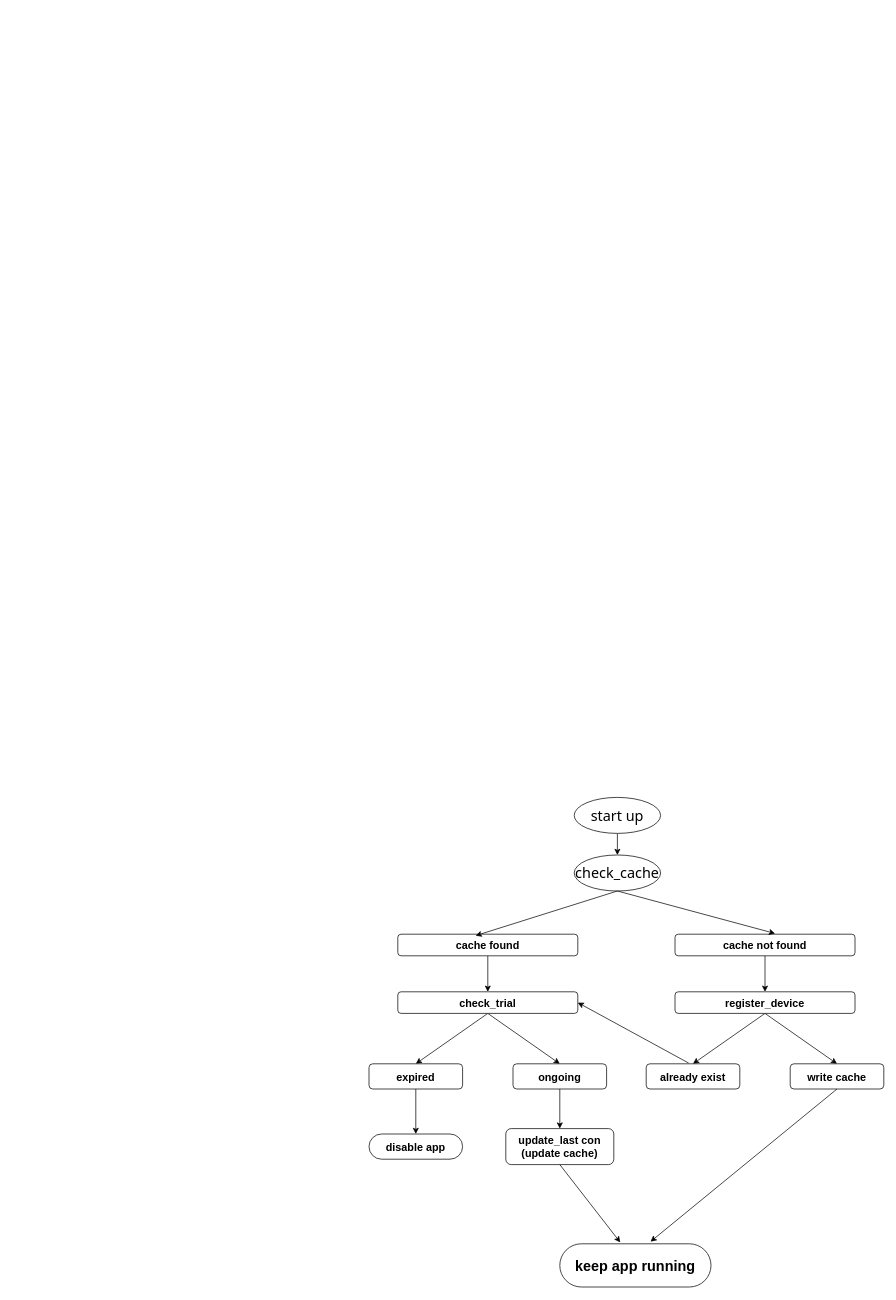
This is flow.drawio from jimbros18/anti-idle, a draw.io file, before an edit. Source tidied: cells renumbered, new cells numbered last; positions are measured from the earlier drawing's top-left corner, leaving out a move shared by most shapes. Both pictures are drawn from the tidied source at 72%, with x=0, y=0 at pixel (369, 797).
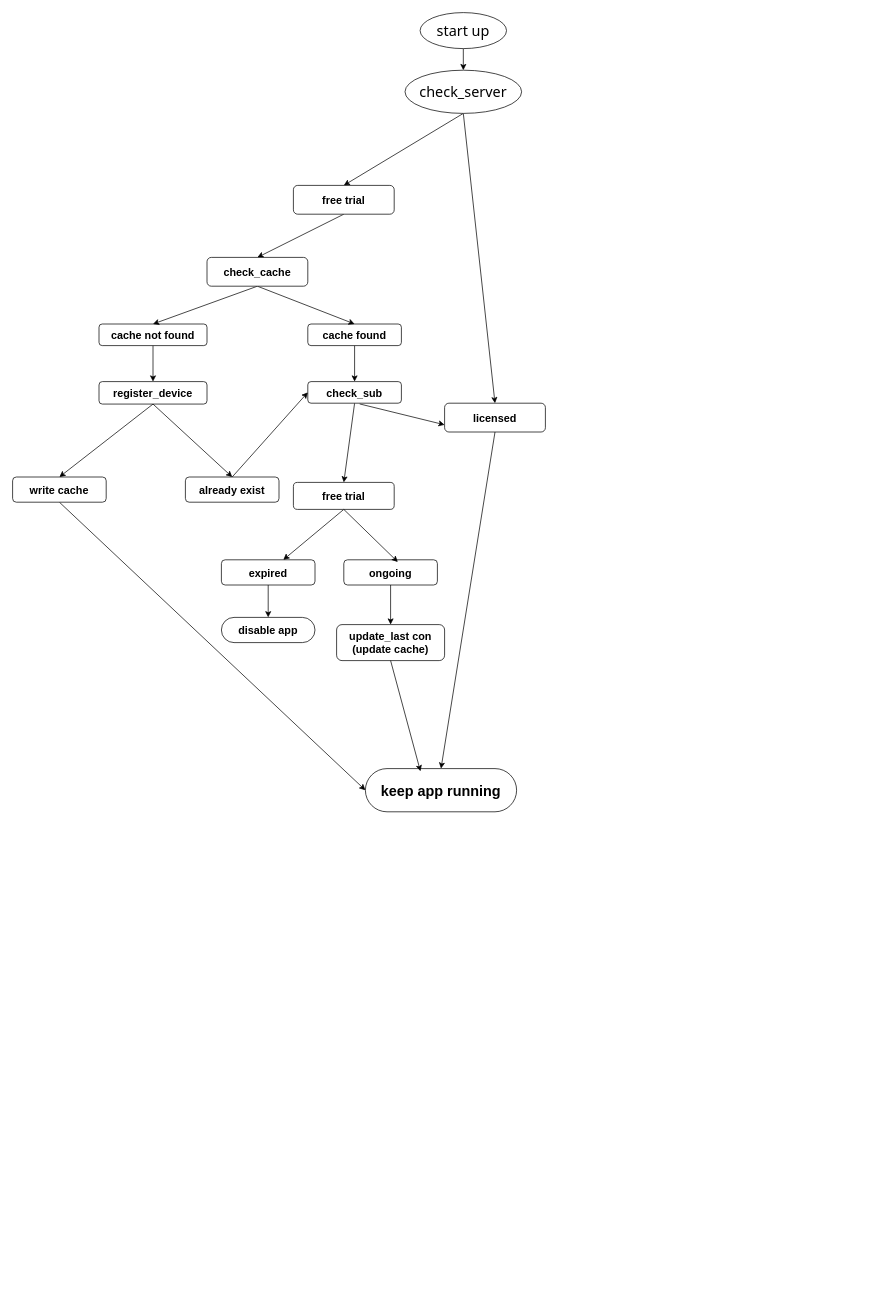
After the change.

The edit, as a diff of the source:
```diff
@@
+    <mxCell id="29" style="edgeStyle=none;html=1;exitX=0.5;exitY=1;exitDx=0;exitDy=0;entryX=0.5;entryY=0;entryDx=0;entryDy=0;" parent="1" edge="1" source="2" target="37">
+      <mxGeometry relative="1" as="geometry" />
+    </mxCell>
+    <mxCell id="30" style="edgeStyle=none;html=1;exitX=0.5;exitY=1;exitDx=0;exitDy=0;entryX=0.5;entryY=0;entryDx=0;entryDy=0;" parent="1" edge="1" source="2" target="38">
+      <mxGeometry relative="1" as="geometry" />
+    </mxCell>
-    <mxCell id="2" value="check_cache" style="ellipse;whiteSpace=wrap;html=1;fontSize=20;fontFamily=Tahoma;fontStyle=0;strokeColor=default;strokeWidth=1;shadow=0;fillOpacity=100;" parent="1" vertex="1">
-      <mxGeometry x="285" y="80" width="120" height="50" as="geometry" />
+    <mxCell id="2" value="check_server" style="ellipse;whiteSpace=wrap;html=1;fontSize=20;fontFamily=Tahoma;fontStyle=0;strokeColor=default;strokeWidth=1;shadow=0;fillOpacity=100;" parent="1" vertex="1">
+      <mxGeometry x="50" y="-1010" width="162" height="60" as="geometry" />
     </mxCell>
@@
     <mxCell id="4" value="start up" style="ellipse;whiteSpace=wrap;html=1;fontSize=20;fontFamily=Tahoma;fontStyle=0;strokeColor=default;strokeWidth=1;shadow=0;fillOpacity=100;" parent="1" vertex="1">
-      <mxGeometry x="285" width="120" height="50" as="geometry" />
+      <mxGeometry x="71" y="-1090" width="120" height="50" as="geometry" />
     </mxCell>
@@
     <mxCell id="6" value="cache found" style="rounded=1;whiteSpace=wrap;html=1;fontSize=15;fontStyle=1;strokeColor=default;strokeWidth=1;shadow=0;fillOpacity=100;" parent="1" vertex="1">
-      <mxGeometry x="40" y="190" width="250" height="30" as="geometry" />
+      <mxGeometry x="-85" y="-657.5" width="130" height="30" as="geometry" />
     </mxCell>
@@
     <mxCell id="8" value="cache not found" style="rounded=1;whiteSpace=wrap;html=1;fontSize=15;fontStyle=1;strokeColor=default;strokeWidth=1;shadow=0;fillOpacity=100;" parent="1" vertex="1">
-      <mxGeometry x="425" y="190" width="250" height="30" as="geometry" />
+      <mxGeometry x="-375" y="-657.5" width="150" height="30" as="geometry" />
     </mxCell>
-    <mxCell id="9" style="edgeStyle=none;html=1;exitX=0.5;exitY=1;exitDx=0;exitDy=0;entryX=0.432;entryY=0.067;entryDx=0;entryDy=0;entryPerimeter=0;strokeColor=default;strokeWidth=1;shadow=0;fillOpacity=100;" parent="1" edge="1" source="2" target="6">
-      <mxGeometry relative="1" as="geometry" />
-    </mxCell>
-    <mxCell id="10" style="edgeStyle=none;html=1;exitX=0.5;exitY=1;exitDx=0;exitDy=0;entryX=0.556;entryY=-0.033;entryDx=0;entryDy=0;entryPerimeter=0;strokeColor=default;strokeWidth=1;shadow=0;fillOpacity=100;" parent="1" edge="1" source="2" target="8">
-      <mxGeometry relative="1" as="geometry" />
-    </mxCell>
-    <mxCell id="11" style="edgeStyle=none;html=1;exitX=0.5;exitY=1;exitDx=0;exitDy=0;entryX=0.5;entryY=0;entryDx=0;entryDy=0;strokeColor=default;strokeWidth=1;shadow=0;fillOpacity=100;" parent="1" edge="1" source="13" target="23">
-      <mxGeometry relative="1" as="geometry" />
-    </mxCell>
-    <mxCell id="12" style="edgeStyle=none;html=1;exitX=0.5;exitY=1;exitDx=0;exitDy=0;entryX=0.5;entryY=0;entryDx=0;entryDy=0;strokeColor=default;strokeWidth=1;shadow=0;fillOpacity=100;" parent="1" edge="1" source="13" target="21">
-      <mxGeometry relative="1" as="geometry" />
-    </mxCell>
+    <mxCell id="31" style="edgeStyle=none;html=1;exitX=0.5;exitY=1;exitDx=0;exitDy=0;entryX=0.5;entryY=0;entryDx=0;entryDy=0;" parent="1" edge="1" source="13" target="34">
+      <mxGeometry relative="1" as="geometry" />
+    </mxCell>
+    <mxCell id="32" style="edgeStyle=none;html=1;exitX=0.554;exitY=1.034;exitDx=0;exitDy=0;entryX=0;entryY=0.75;entryDx=0;entryDy=0;exitPerimeter=0;" parent="1" edge="1" source="13" target="38">
+      <mxGeometry relative="1" as="geometry" />
+    </mxCell>
-    <mxCell id="13" value="check_trial" style="rounded=1;whiteSpace=wrap;html=1;fontSize=15;fontStyle=1;strokeColor=default;strokeWidth=1;shadow=0;fillOpacity=100;" parent="1" vertex="1">
-      <mxGeometry x="40" y="270" width="250" height="30" as="geometry" />
+    <mxCell id="13" value="check_sub" style="rounded=1;whiteSpace=wrap;html=1;fontSize=15;fontStyle=1;strokeColor=default;strokeWidth=1;shadow=0;fillOpacity=100;" parent="1" vertex="1">
+      <mxGeometry x="-85" y="-577.5" width="130" height="30" as="geometry" />
     </mxCell>
@@
     <mxCell id="16" value="register_device" style="rounded=1;whiteSpace=wrap;html=1;fontSize=15;fontStyle=1;strokeColor=default;strokeWidth=1;shadow=0;fillOpacity=100;" parent="1" vertex="1">
-      <mxGeometry x="425" y="270" width="250" height="30" as="geometry" />
+      <mxGeometry x="-375" y="-577.5" width="150" height="31.2" as="geometry" />
     </mxCell>
+    <mxCell id="28" style="edgeStyle=none;html=1;exitX=0.5;exitY=1;exitDx=0;exitDy=0;entryX=0;entryY=0.5;entryDx=0;entryDy=0;" parent="1" edge="1" source="17" target="26">
+      <mxGeometry relative="1" as="geometry" />
+    </mxCell>
     <mxCell id="17" value="write cache" style="whiteSpace=wrap;html=1;fontSize=15;rounded=1;fontStyle=1;strokeColor=default;strokeWidth=1;shadow=0;fillOpacity=100;" parent="1" vertex="1">
-      <mxGeometry x="585" y="370" width="130" height="35" as="geometry" />
+      <mxGeometry x="-495" y="-445" width="130" height="35" as="geometry" />
     </mxCell>
-    <mxCell id="18" style="edgeStyle=none;html=1;exitX=0.454;exitY=-0.029;exitDx=0;exitDy=0;entryX=1;entryY=0.5;entryDx=0;entryDy=0;strokeColor=default;strokeWidth=1;shadow=0;fillOpacity=100;exitPerimeter=0;" parent="1" edge="1" source="19" target="13">
+    <mxCell id="18" style="edgeStyle=none;html=1;exitX=0.5;exitY=0;exitDx=0;exitDy=0;entryX=0;entryY=0.5;entryDx=0;entryDy=0;" parent="1" edge="1" source="19" target="13">
       <mxGeometry relative="1" as="geometry" />
     </mxCell>
     <mxCell id="19" value="already exist" style="whiteSpace=wrap;html=1;fontSize=15;rounded=1;fontStyle=1;strokeColor=default;strokeWidth=1;shadow=0;fillOpacity=100;" parent="1" vertex="1">
-      <mxGeometry x="385" y="370" width="130" height="35" as="geometry" />
+      <mxGeometry x="-255" y="-445" width="130" height="35" as="geometry" />
     </mxCell>
@@
     <mxCell id="21" value="expired" style="whiteSpace=wrap;html=1;fontSize=15;rounded=1;fontStyle=1;strokeColor=default;strokeWidth=1;shadow=0;fillOpacity=100;" parent="1" vertex="1">
-      <mxGeometry y="370" width="130" height="35" as="geometry" />
+      <mxGeometry x="-205" y="-330" width="130" height="35" as="geometry" />
     </mxCell>
@@
     <mxCell id="23" value="ongoing" style="whiteSpace=wrap;html=1;fontSize=15;rounded=1;fontStyle=1;strokeColor=default;strokeWidth=1;shadow=0;fillOpacity=100;" parent="1" vertex="1">
-      <mxGeometry x="200" y="370" width="130" height="35" as="geometry" />
+      <mxGeometry x="-35" y="-330" width="130" height="35" as="geometry" />
     </mxCell>
     <mxCell id="24" value="&lt;font style=&quot;color: rgb(0, 0, 0);&quot;&gt;update_last&amp;nbsp;&lt;span style=&quot;background-color: transparent;&quot;&gt;c&lt;font style=&quot;color: rgb(0, 0, 0);&quot;&gt;on&lt;/font&gt;&lt;/span&gt;&lt;/font&gt;&lt;div&gt;&lt;span style=&quot;background-color: transparent;&quot;&gt;&lt;font style=&quot;color: rgb(0, 0, 0);&quot;&gt;(update cache)&lt;/font&gt;&lt;/span&gt;&lt;/div&gt;" style="whiteSpace=wrap;html=1;fontSize=15;rounded=1;fontStyle=1;strokeColor=default;strokeWidth=1;shadow=0;fillOpacity=100;" parent="1" vertex="1">
-      <mxGeometry x="190" y="460" width="150" height="50" as="geometry" />
+      <mxGeometry x="-45" y="-240" width="150" height="50" as="geometry" />
     </mxCell>
-    <mxCell id="25" value="disable app" style="whiteSpace=wrap;html=1;fontSize=15;rounded=1;fontStyle=1;arcSize=50;strokeColor=default;strokeWidth=1;shadow=0;fillOpacity=100;" parent="1" vertex="1">
-      <mxGeometry y="467.5" width="130" height="35" as="geometry" />
+    <mxCell id="25" value="disable app" style="whiteSpace=wrap;html=1;fontSize=15;rounded=1;fontStyle=1;arcSize=50;strokeColor=default;strokeWidth=1;shadow=0;fillOpacity=100;fillColor=light-dark(#FFFFFF,#994C00);" parent="1" vertex="1">
+      <mxGeometry x="-205" y="-250" width="130" height="35" as="geometry" />
     </mxCell>
-    <mxCell id="26" value="&lt;font style=&quot;color: rgb(0, 0, 0);&quot;&gt;&lt;b&gt;keep app running&lt;/b&gt;&lt;/font&gt;" style="rounded=1;whiteSpace=wrap;html=1;fontSize=20;arcSize=50;strokeColor=default;strokeWidth=1;shadow=0;fillOpacity=100;" parent="1" vertex="1">
-      <mxGeometry x="265" y="620" width="210" height="60" as="geometry" />
+    <mxCell id="26" value="&lt;font style=&quot;color: rgb(0, 0, 0);&quot;&gt;&lt;b&gt;keep app running&lt;/b&gt;&lt;/font&gt;" style="rounded=1;whiteSpace=wrap;html=1;fontSize=20;arcSize=50;strokeColor=default;strokeWidth=1;shadow=0;fillOpacity=100;fillColor=light-dark(#FFFFFF,#009999);" parent="1" vertex="1">
+      <mxGeometry x="-5" y="-40" width="210" height="60" as="geometry" />
     </mxCell>
+    <mxCell id="33" style="edgeStyle=none;html=1;exitX=0.5;exitY=1;exitDx=0;exitDy=0;" parent="1" edge="1" source="34" target="21">
+      <mxGeometry relative="1" as="geometry" />
+    </mxCell>
+    <mxCell id="34" value="free trial" style="rounded=1;whiteSpace=wrap;html=1;fontSize=15;fontStyle=1;strokeColor=default;strokeWidth=1;shadow=0;fillOpacity=100;" parent="1" vertex="1">
+      <mxGeometry x="-105" y="-437.5" width="140" height="37.5" as="geometry" />
+    </mxCell>
+    <mxCell id="35" style="edgeStyle=none;html=1;exitX=0.5;exitY=1;exitDx=0;exitDy=0;entryX=0.5;entryY=0;entryDx=0;entryDy=0;" parent="1" edge="1" source="38" target="26">
+      <mxGeometry relative="1" as="geometry" />
+    </mxCell>
+    <mxCell id="36" style="edgeStyle=none;html=1;exitX=0.5;exitY=1;exitDx=0;exitDy=0;entryX=0.5;entryY=0;entryDx=0;entryDy=0;" parent="1" edge="1" source="37" target="41">
+      <mxGeometry relative="1" as="geometry" />
+    </mxCell>
+    <mxCell id="37" value="free trial" style="rounded=1;whiteSpace=wrap;html=1;fontSize=15;fontStyle=1;strokeColor=default;strokeWidth=1;shadow=0;fillOpacity=100;" parent="1" vertex="1">
+      <mxGeometry x="-105" y="-850" width="140" height="40" as="geometry" />
+    </mxCell>
+    <mxCell id="38" value="licensed" style="rounded=1;whiteSpace=wrap;html=1;fontSize=15;fontStyle=1;strokeColor=default;strokeWidth=1;shadow=0;fillOpacity=100;" parent="1" vertex="1">
+      <mxGeometry x="105" y="-547.5" width="140" height="40" as="geometry" />
+    </mxCell>
+    <mxCell id="39" style="edgeStyle=none;html=1;exitX=0.5;exitY=1;exitDx=0;exitDy=0;entryX=0.5;entryY=0;entryDx=0;entryDy=0;" parent="1" edge="1" source="41" target="6">
+      <mxGeometry relative="1" as="geometry" />
+    </mxCell>
+    <mxCell id="40" style="edgeStyle=none;html=1;exitX=0.5;exitY=1;exitDx=0;exitDy=0;entryX=0.5;entryY=0;entryDx=0;entryDy=0;" parent="1" edge="1" source="41" target="8">
+      <mxGeometry relative="1" as="geometry" />
+    </mxCell>
+    <mxCell id="41" value="check_cache" style="rounded=1;whiteSpace=wrap;html=1;fontSize=15;fontStyle=1;strokeColor=default;strokeWidth=1;shadow=0;fillOpacity=100;" parent="1" vertex="1">
+      <mxGeometry x="-225" y="-750" width="140" height="40" as="geometry" />
+    </mxCell>
+    <mxCell id="42" style="edgeStyle=none;html=1;exitX=0.5;exitY=1;exitDx=0;exitDy=0;entryX=0.577;entryY=0.086;entryDx=0;entryDy=0;entryPerimeter=0;" parent="1" edge="1" source="34" target="23">
+      <mxGeometry relative="1" as="geometry" />
+    </mxCell>
-    <mxCell id="27" style="edgeStyle=none;html=1;exitX=0.5;exitY=1;exitDx=0;exitDy=0;entryX=0.4;entryY=-0.033;entryDx=0;entryDy=0;entryPerimeter=0;strokeColor=default;strokeWidth=1;shadow=0;fillOpacity=100;" parent="1" edge="1" source="24" target="26">
+    <mxCell id="27" style="edgeStyle=none;html=1;exitX=0.5;exitY=1;exitDx=0;exitDy=0;entryX=0.364;entryY=0.062;entryDx=0;entryDy=0;entryPerimeter=0;" parent="1" edge="1" source="24" target="26">
       <mxGeometry relative="1" as="geometry" />
     </mxCell>
-    <mxCell id="28" style="edgeStyle=none;html=1;exitX=0.5;exitY=1;exitDx=0;exitDy=0;entryX=0.6;entryY=-0.05;entryDx=0;entryDy=0;entryPerimeter=0;strokeColor=default;strokeWidth=1;shadow=0;fillOpacity=100;" parent="1" edge="1" source="17" target="26">
-      <mxGeometry relative="1" as="geometry" />
-    </mxCell>
```
